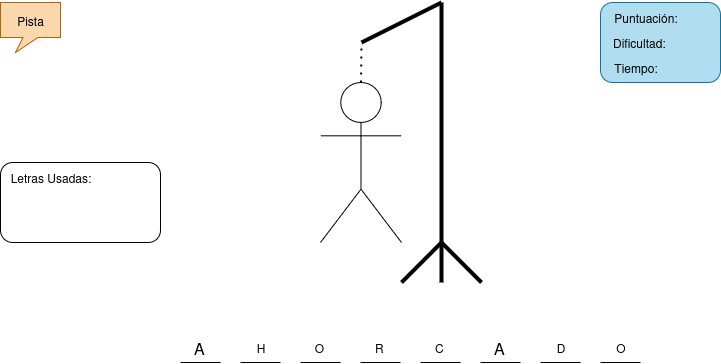
Above: img/mock.png in eduardosmoralesglez/PHP_Proyect_Ahorcado (draw.io), before the change. Source tidied: cells renumbered, new cells last; positions are measured from the earlier drawing's top-left corner, leaving out a move shared by most shapes.
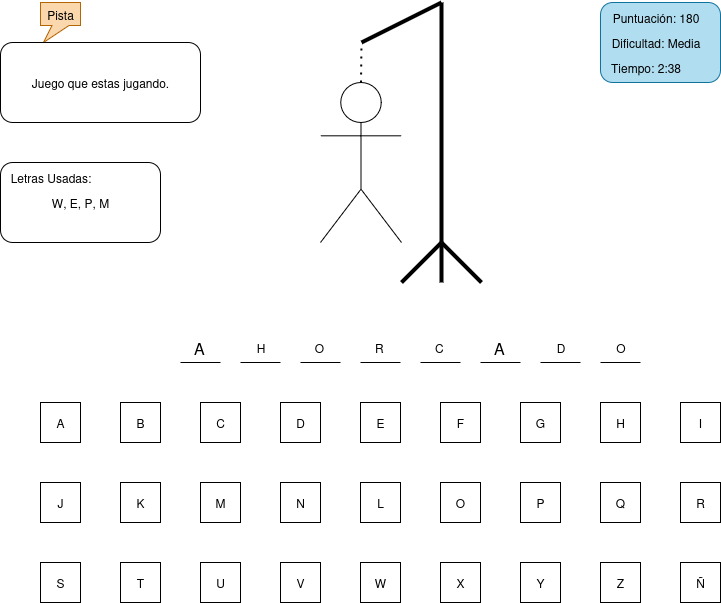
Later version of the same file.

What changed in the source:
```diff
@@ -79,14 +79,14 @@
     <mxCell id="16" style="rounded=1;whiteSpace=wrap;html=1;fillColor=#b1ddf0;strokeColor=#10739e;" parent="15" vertex="1">
       <mxGeometry width="120" height="80" as="geometry" />
     </mxCell>
-    <mxCell id="17" value="Puntuación:" style="text;html=1;align=center;verticalAlign=middle;strokeColor=none;fillColor=none;" parent="15" vertex="1">
-      <mxGeometry width="90" height="30" as="geometry" />
+    <mxCell id="17" value="Puntuación: 180" style="text;html=1;align=center;verticalAlign=middle;strokeColor=none;fillColor=none;" parent="15" vertex="1">
+      <mxGeometry width="110" height="30" as="geometry" />
     </mxCell>
-    <mxCell id="18" value="Dificultad:&amp;nbsp;" style="text;html=1;align=center;verticalAlign=middle;strokeColor=none;fillColor=none;" parent="15" vertex="1">
-      <mxGeometry y="25" width="80" height="30" as="geometry" />
+    <mxCell id="18" value="Dificultad: Media" style="text;html=1;align=center;verticalAlign=middle;strokeColor=none;fillColor=none;" parent="15" vertex="1">
+      <mxGeometry y="25" width="110" height="30" as="geometry" />
     </mxCell>
-    <mxCell id="19" value="Tiempo:" style="text;html=1;align=center;verticalAlign=middle;strokeColor=none;fillColor=none;" parent="15" vertex="1">
-      <mxGeometry y="50" width="70" height="30" as="geometry" />
+    <mxCell id="19" value="Tiempo: 2:38" style="text;html=1;align=center;verticalAlign=middle;strokeColor=none;fillColor=none;" parent="15" vertex="1">
+      <mxGeometry y="50" width="90" height="30" as="geometry" />
     </mxCell>
     <mxCell id="20" style="endArrow=none;html=1;rounded=0;" parent="1" edge="1">
       <mxGeometry relative="1" as="geometry">
@@ -94,10 +94,10 @@
         <mxPoint x="220" y="360" as="targetPoint" />
       </mxGeometry>
     </mxCell>
-    <mxCell id="21" value="Pista" style="whiteSpace=wrap;html=1;shape=mxgraph.basic.rectCallout;dx=30;dy=15;boundedLbl=1;fillColor=#fad7ac;strokeColor=#b46504;" parent="1" vertex="1">
-      <mxGeometry width="60" height="50" as="geometry" />
+    <mxCell id="21" value="Pista" style="whiteSpace=wrap;html=1;shape=mxgraph.basic.rectCallout;dx=20;dy=17;boundedLbl=1;fillColor=#fad7ac;strokeColor=#b46504;" parent="1" vertex="1">
+      <mxGeometry x="40" width="40" height="40" as="geometry" />
     </mxCell>
-    <mxCell id="22" style="rounded=1;whiteSpace=wrap;html=1;" parent="1" vertex="1">
+    <mxCell id="22" value="W, E, P, M" style="rounded=1;whiteSpace=wrap;html=1;" parent="1" vertex="1">
       <mxGeometry y="160" width="160" height="80" as="geometry" />
     </mxCell>
     <mxCell id="23" value="Letras Usadas:" style="text;html=1;align=center;verticalAlign=middle;strokeColor=none;fillColor=none;" parent="1" vertex="1">
@@ -139,5 +139,89 @@
     <mxCell id="33" value="O" style="text;html=1;align=center;verticalAlign=middle;strokeColor=none;fillColor=none;" parent="1" vertex="1">
       <mxGeometry x="605" y="330" width="30" height="30" as="geometry" />
     </mxCell>
+    <mxCell id="34" value="A" style="whiteSpace=wrap;html=1;" parent="1" vertex="1">
+      <mxGeometry x="40" y="400" width="40" height="40" as="geometry" />
+    </mxCell>
+    <mxCell id="35" value="B" style="whiteSpace=wrap;html=1;" parent="1" vertex="1">
+      <mxGeometry x="120" y="400" width="40" height="40" as="geometry" />
+    </mxCell>
+    <mxCell id="36" value="C" style="whiteSpace=wrap;html=1;" parent="1" vertex="1">
+      <mxGeometry x="200" y="400" width="40" height="40" as="geometry" />
+    </mxCell>
+    <mxCell id="37" value="D" style="whiteSpace=wrap;html=1;" parent="1" vertex="1">
+      <mxGeometry x="280" y="400" width="40" height="40" as="geometry" />
+    </mxCell>
+    <mxCell id="38" value="E" style="whiteSpace=wrap;html=1;" parent="1" vertex="1">
+      <mxGeometry x="360" y="400" width="40" height="40" as="geometry" />
+    </mxCell>
+    <mxCell id="39" value="F" style="whiteSpace=wrap;html=1;" parent="1" vertex="1">
+      <mxGeometry x="440" y="400" width="40" height="40" as="geometry" />
+    </mxCell>
+    <mxCell id="40" value="G" style="whiteSpace=wrap;html=1;" parent="1" vertex="1">
+      <mxGeometry x="520" y="400" width="40" height="40" as="geometry" />
+    </mxCell>
+    <mxCell id="41" value="H" style="whiteSpace=wrap;html=1;" parent="1" vertex="1">
+      <mxGeometry x="600" y="400" width="40" height="40" as="geometry" />
+    </mxCell>
+    <mxCell id="42" value="I" style="whiteSpace=wrap;html=1;" parent="1" vertex="1">
+      <mxGeometry x="680" y="400" width="40" height="40" as="geometry" />
+    </mxCell>
+    <mxCell id="43" value="J" style="whiteSpace=wrap;html=1;" parent="1" vertex="1">
+      <mxGeometry x="40" y="480" width="40" height="40" as="geometry" />
+    </mxCell>
+    <mxCell id="44" value="S" style="whiteSpace=wrap;html=1;" parent="1" vertex="1">
+      <mxGeometry x="40" y="560" width="40" height="40" as="geometry" />
+    </mxCell>
+    <mxCell id="45" value="K" style="whiteSpace=wrap;html=1;" parent="1" vertex="1">
+      <mxGeometry x="120" y="480" width="40" height="40" as="geometry" />
+    </mxCell>
+    <mxCell id="46" value="M" style="whiteSpace=wrap;html=1;" parent="1" vertex="1">
+      <mxGeometry x="200" y="480" width="40" height="40" as="geometry" />
+    </mxCell>
+    <mxCell id="47" value="N" style="whiteSpace=wrap;html=1;" parent="1" vertex="1">
+      <mxGeometry x="280" y="480" width="40" height="40" as="geometry" />
+    </mxCell>
+    <mxCell id="48" value="L" style="whiteSpace=wrap;html=1;" parent="1" vertex="1">
+      <mxGeometry x="360" y="480" width="40" height="40" as="geometry" />
+    </mxCell>
+    <mxCell id="49" value="O" style="whiteSpace=wrap;html=1;" parent="1" vertex="1">
+      <mxGeometry x="440" y="480" width="40" height="40" as="geometry" />
+    </mxCell>
+    <mxCell id="50" value="P" style="whiteSpace=wrap;html=1;" parent="1" vertex="1">
+      <mxGeometry x="520" y="480" width="40" height="40" as="geometry" />
+    </mxCell>
+    <mxCell id="51" value="Q" style="whiteSpace=wrap;html=1;" parent="1" vertex="1">
+      <mxGeometry x="600" y="480" width="40" height="40" as="geometry" />
+    </mxCell>
+    <mxCell id="52" value="R" style="whiteSpace=wrap;html=1;" parent="1" vertex="1">
+      <mxGeometry x="680" y="480" width="40" height="40" as="geometry" />
+    </mxCell>
+    <mxCell id="53" value="T" style="whiteSpace=wrap;html=1;" parent="1" vertex="1">
+      <mxGeometry x="120" y="560" width="40" height="40" as="geometry" />
+    </mxCell>
+    <mxCell id="54" value="U" style="whiteSpace=wrap;html=1;" parent="1" vertex="1">
+      <mxGeometry x="200" y="560" width="40" height="40" as="geometry" />
+    </mxCell>
+    <mxCell id="55" value="V" style="whiteSpace=wrap;html=1;" parent="1" vertex="1">
+      <mxGeometry x="280" y="560" width="40" height="40" as="geometry" />
+    </mxCell>
+    <mxCell id="56" value="W" style="whiteSpace=wrap;html=1;" parent="1" vertex="1">
+      <mxGeometry x="360" y="560" width="40" height="40" as="geometry" />
+    </mxCell>
+    <mxCell id="57" value="X" style="whiteSpace=wrap;html=1;" parent="1" vertex="1">
+      <mxGeometry x="440" y="560" width="40" height="40" as="geometry" />
+    </mxCell>
+    <mxCell id="58" value="Y" style="whiteSpace=wrap;html=1;" parent="1" vertex="1">
+      <mxGeometry x="520" y="560" width="40" height="40" as="geometry" />
+    </mxCell>
+    <mxCell id="59" value="Z" style="whiteSpace=wrap;html=1;" parent="1" vertex="1">
+      <mxGeometry x="600" y="560" width="40" height="40" as="geometry" />
+    </mxCell>
+    <mxCell id="60" value="Ñ" style="whiteSpace=wrap;html=1;" parent="1" vertex="1">
+      <mxGeometry x="680" y="560" width="40" height="40" as="geometry" />
+    </mxCell>
+    <mxCell id="61" value="Juego que estas jugando." style="rounded=1;whiteSpace=wrap;html=1;" parent="1" vertex="1">
+      <mxGeometry y="40" width="200" height="80" as="geometry" />
+    </mxCell>
   </root>
 </mxGraphModel>
```
